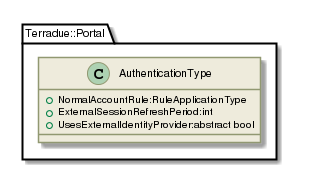
Before: _images/plantuml-4a39527d12a6849815b5a05a509e6747113caade.png, a diagram exported from PlantUML (Terradue/doc-tep-geohazards-arch).
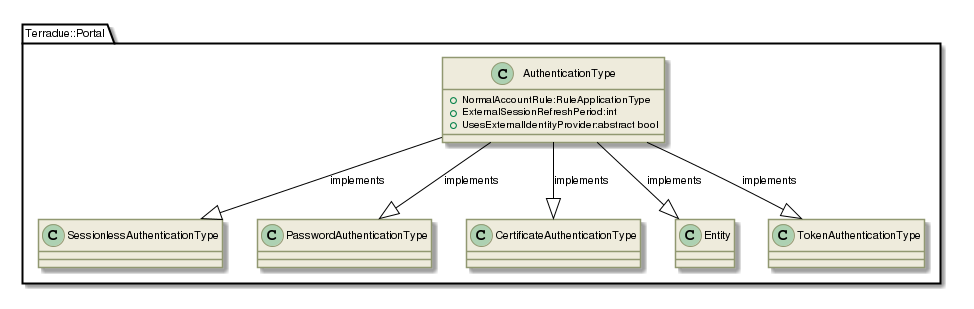
The same file after the commit.

The edit, as a diff of the source:
```diff
@@ -143,5 +143,10 @@
  +ExternalSessionRefreshPeriod:int
  +UsesExternalIdentityProvider:abstract bool
 }
+Terradue::Portal::AuthenticationType  --|>  Terradue::Portal::SessionlessAuthenticationType : implements
+Terradue::Portal::AuthenticationType  --|>  Terradue::Portal::PasswordAuthenticationType : implements
+Terradue::Portal::AuthenticationType  --|>  Terradue::Portal::CertificateAuthenticationType : implements
+Terradue::Portal::AuthenticationType  --|>  Terradue::Portal::Entity : implements
+Terradue::Portal::AuthenticationType  --|>  Terradue::Portal::TokenAuthenticationType : implements
 
 @enduml
```
